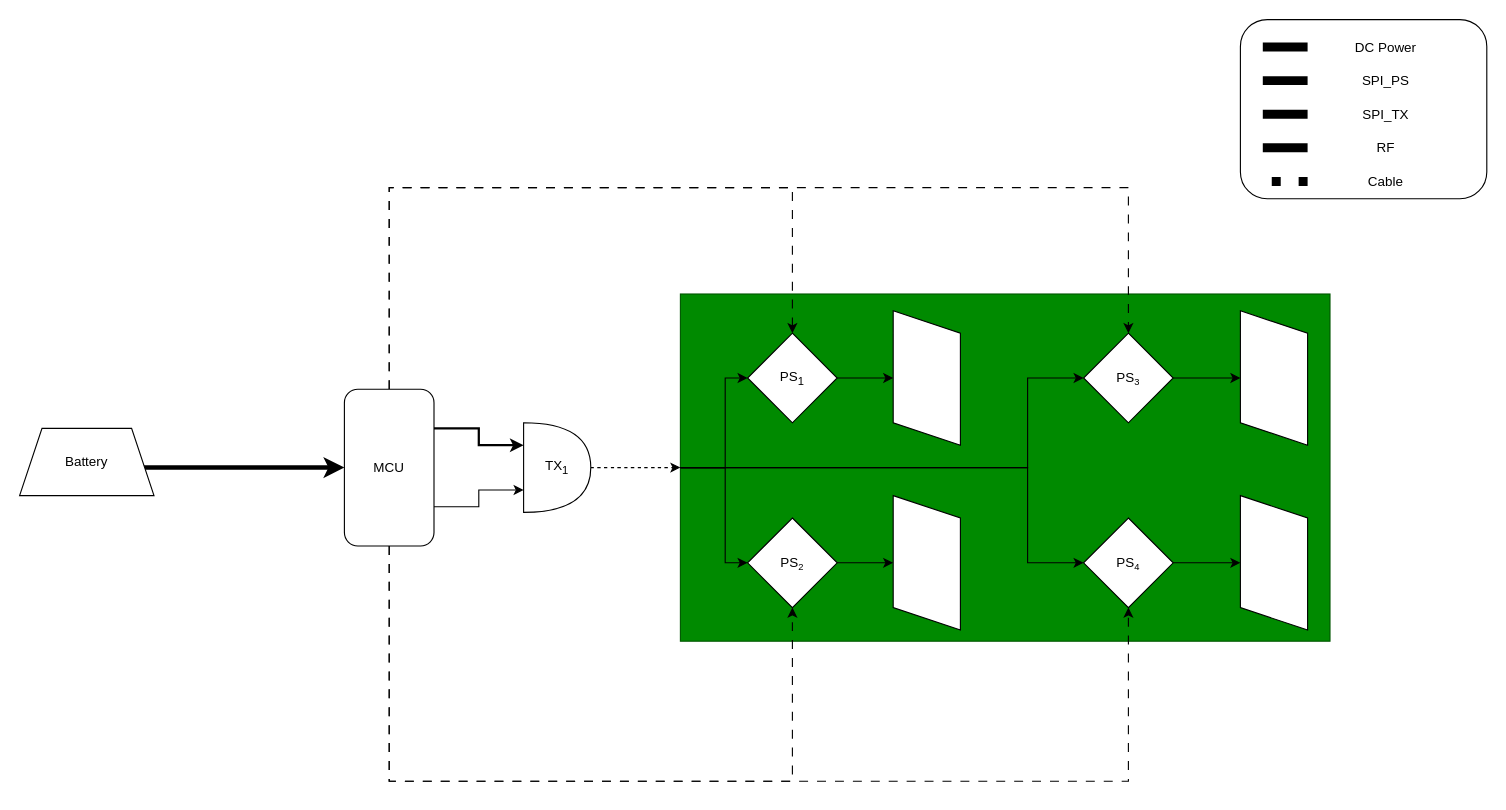
This is PAA_Block_Diagram.drawio from K-Eckert15/ARES, a draw.io file, before an edit. Source tidied: cells renumbered, new cells numbered last; positions are measured from the earlier drawing's top-left corner, leaving out a move shared by most shapes. Both pictures are drawn from the tidied source at 112%, with x=0, y=0 at pixel (19, 19).
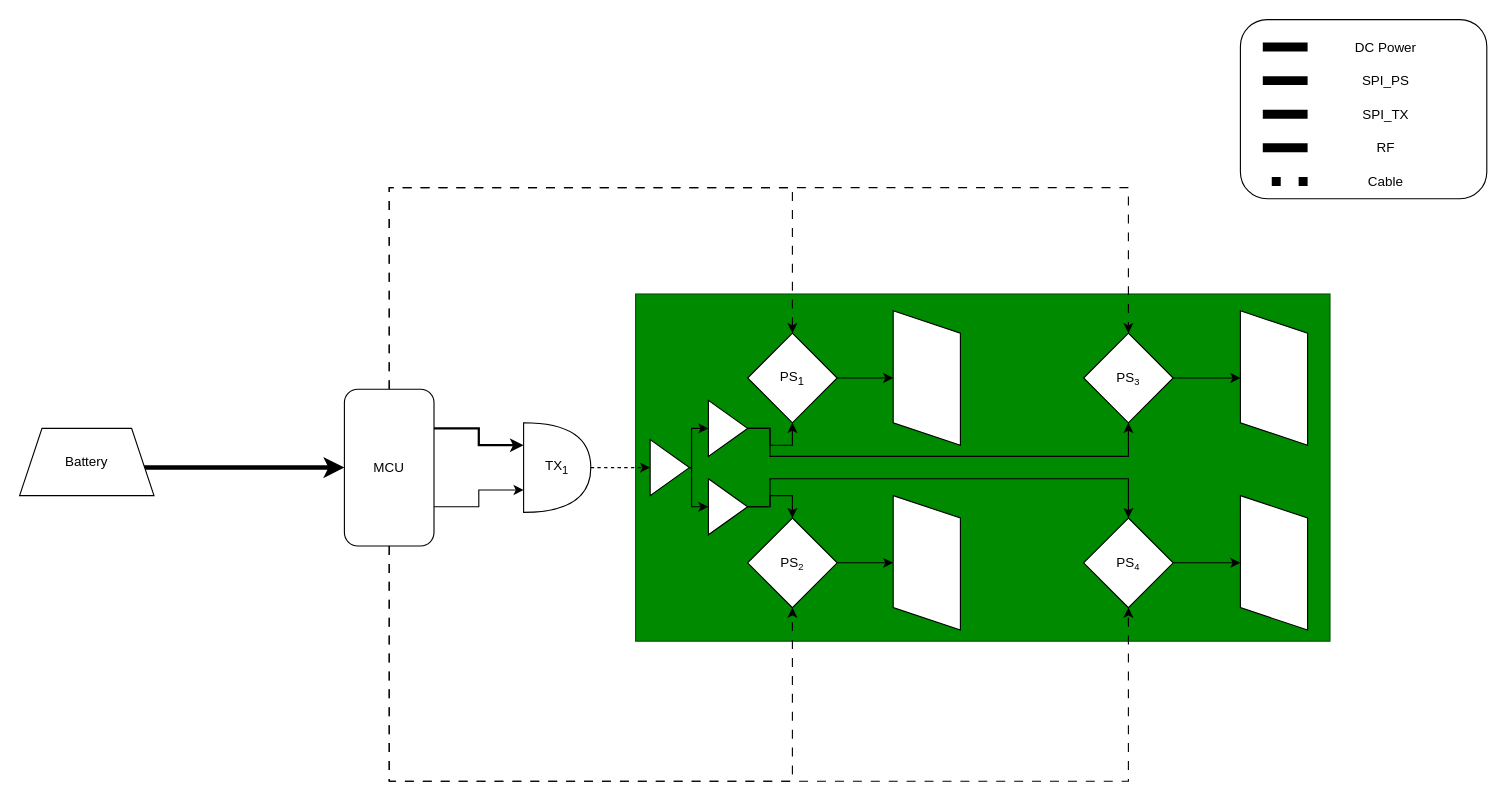
Above is the later version.

Commit message:
Updated for power division and digital shifters

The change refers to these unchanged cells:
```xml
<mxCell id="11" value="TX&lt;sub&gt;1&lt;/sub&gt;" style="shape=or;whiteSpace=wrap;html=1;shapeInside=1;rotation=0;" parent="1" vertex="1">
  <mxGeometry x="450" y="360" width="60" height="80" as="geometry" />
</mxCell>
<mxCell id="13" value="PS&lt;sub&gt;1&lt;/sub&gt;" style="rhombus;whiteSpace=wrap;html=1;shapeInside=1;" parent="1" vertex="1">
  <mxGeometry x="650" y="280" width="80" height="80" as="geometry" />
</mxCell>
<mxCell id="15" value="PS&lt;span style=&quot;font-size: 10px;&quot;&gt;&lt;sub&gt;2&lt;/sub&gt;&lt;/span&gt;" style="rhombus;whiteSpace=wrap;html=1;shapeInside=1;" parent="1" vertex="1">
  <mxGeometry x="650" y="445" width="80" height="80" as="geometry" />
</mxCell>
<mxCell id="17" value="PS&lt;span style=&quot;font-size: 10px;&quot;&gt;&lt;sub&gt;3&lt;/sub&gt;&lt;/span&gt;" style="rhombus;whiteSpace=wrap;html=1;shapeInside=1;" parent="1" vertex="1">
  <mxGeometry x="950" y="280" width="80" height="80" as="geometry" />
</mxCell>
<mxCell id="19" value="PS&lt;span style=&quot;font-size: 10px;&quot;&gt;&lt;sub&gt;4&lt;/sub&gt;&lt;/span&gt;" style="rhombus;whiteSpace=wrap;html=1;shapeInside=1;" parent="1" vertex="1">
  <mxGeometry x="950" y="445" width="80" height="80" as="geometry" />
</mxCell>
<mxCell id="20" style="shape=parallelogram;perimeter=parallelogramPerimeter;whiteSpace=wrap;html=1;shapeInside=1;fixedSize=1;rotation=-90;strokeColor=light-dark(#000000,#999900);fillColor=light-dark(#FFFFFF,#CCCC00);" parent="1" vertex="1">
  <mxGeometry x="750" y="290" width="120" height="60" as="geometry" />
</mxCell>
```

Change to the diagram source:
```diff
@@
     <mxCell id="2" style="rounded=0;whiteSpace=wrap;html=1;fillColor=#008a00;fontColor=#ffffff;strokeColor=#005700;" parent="1" vertex="1">
-      <mxGeometry x="590" y="245" width="580" height="310" as="geometry" />
+      <mxGeometry x="550" y="245" width="620" height="310" as="geometry" />
     </mxCell>
-    <mxCell id="3" style="edgeStyle=orthogonalEdgeStyle;rounded=0;jettySize=auto;html=1;exitX=0;exitY=0.5;exitDx=0;exitDy=0;entryX=0;entryY=0.5;entryDx=0;entryDy=0;strokeColor=light-dark(#000000,#CCCC00);" parent="1" edge="1" source="2" target="13">
-      <mxGeometry relative="1" as="geometry">
-        <Array as="points">
-          <mxPoint x="630" y="400" />
-          <mxPoint x="630" y="320" />
-        </Array>
-      </mxGeometry>
-    </mxCell>
-    <mxCell id="4" style="edgeStyle=orthogonalEdgeStyle;rounded=0;jettySize=auto;html=1;exitX=0;exitY=0.5;exitDx=0;exitDy=0;entryX=0;entryY=0.5;entryDx=0;entryDy=0;strokeColor=light-dark(#000000,#CCCC00);" parent="1" edge="1" source="2" target="15">
-      <mxGeometry relative="1" as="geometry">
-        <Array as="points">
-          <mxPoint x="630" y="400" />
-          <mxPoint x="630" y="485" />
-        </Array>
-      </mxGeometry>
-    </mxCell>
@@
-    <mxCell id="10" style="edgeStyle=orthogonalEdgeStyle;curved=1;rounded=0;jettySize=auto;html=1;exitX=1;exitY=0.5;exitDx=0;exitDy=0;exitPerimeter=0;entryX=0;entryY=0.5;entryDx=0;entryDy=0;strokeColor=light-dark(#000000,#CCCC00);dashed=1;" parent="1" edge="1" source="11" target="2">
+    <mxCell id="10" style="edgeStyle=orthogonalEdgeStyle;curved=1;rounded=0;jettySize=auto;html=1;exitX=1;exitY=0.5;exitDx=0;exitDy=0;exitPerimeter=0;entryX=0;entryY=0.5;entryDx=0;entryDy=0;strokeColor=light-dark(#000000,#CCCC00);dashed=1;" parent="1" edge="1" source="11" target="43">
       <mxGeometry relative="1" as="geometry" />
     </mxCell>
@@
-    <mxCell id="12" style="edgeStyle=orthogonalEdgeStyle;curved=1;rounded=0;jettySize=auto;html=1;exitX=1;exitY=0.5;exitDx=0;exitDy=0;entryX=0.5;entryY=0;entryDx=0;entryDy=0;strokeColor=light-dark(#000000,#CCCC00);" parent="1" edge="1" source="13" target="20">
+    <mxCell id="12" value="&lt;div&gt;&lt;br&gt;&lt;/div&gt;&lt;div&gt;&lt;br&gt;&lt;/div&gt;" style="edgeStyle=orthogonalEdgeStyle;curved=1;rounded=0;jettySize=auto;html=1;exitX=1;exitY=0.5;exitDx=0;exitDy=0;entryX=0.5;entryY=0;entryDx=0;entryDy=0;strokeColor=light-dark(#000000,#CCCC00);" parent="1" edge="1" source="13" target="20">
       <mxGeometry relative="1" as="geometry" />
     </mxCell>
@@
-    <mxCell id="37" style="edgeStyle=orthogonalEdgeStyle;rounded=0;jettySize=auto;html=1;exitX=0;exitY=0.5;exitDx=0;exitDy=0;entryX=0;entryY=0.5;entryDx=0;entryDy=0;strokeColor=light-dark(#000000,#CCCC00);" parent="1" edge="1" source="2" target="17">
-      <mxGeometry relative="1" as="geometry">
-        <Array as="points">
-          <mxPoint x="900" y="400" />
-          <mxPoint x="900" y="320" />
-        </Array>
-      </mxGeometry>
-    </mxCell>
-    <mxCell id="38" style="edgeStyle=orthogonalEdgeStyle;rounded=0;jettySize=auto;html=1;exitX=0;exitY=0.5;exitDx=0;exitDy=0;entryX=0;entryY=0.5;entryDx=0;entryDy=0;strokeColor=light-dark(#000000,#CCCC00);" parent="1" edge="1" source="2" target="19">
-      <mxGeometry relative="1" as="geometry">
-        <Array as="points">
-          <mxPoint x="900" y="400" />
-          <mxPoint x="900" y="485" />
-        </Array>
-      </mxGeometry>
-    </mxCell>
@@
+    <mxCell id="41" style="edgeStyle=orthogonalEdgeStyle;rounded=0;jettySize=auto;html=1;strokeColor=light-dark(#000000,#CCCC00);" parent="1" edge="1" source="43" target="45">
+      <mxGeometry relative="1" as="geometry">
+        <Array as="points">
+          <mxPoint x="600" y="400" />
+          <mxPoint x="600" y="365" />
+        </Array>
+      </mxGeometry>
+    </mxCell>
+    <mxCell id="42" style="edgeStyle=orthogonalEdgeStyle;rounded=0;jettySize=auto;html=1;strokeColor=light-dark(#000000,#CCCC00);" parent="1" edge="1" source="43" target="48">
+      <mxGeometry relative="1" as="geometry">
+        <Array as="points">
+          <mxPoint x="600" y="400" />
+          <mxPoint x="600" y="435" />
+        </Array>
+      </mxGeometry>
+    </mxCell>
+    <mxCell id="43" style="triangle;whiteSpace=wrap;html=1;shapeInside=1;" parent="1" vertex="1">
+      <mxGeometry x="563" y="375" width="35" height="50" as="geometry" />
+    </mxCell>
+    <mxCell id="44" style="edgeStyle=orthogonalEdgeStyle;rounded=0;jettySize=auto;html=1;entryX=0.5;entryY=1;entryDx=0;entryDy=0;strokeColor=light-dark(#000000,#CCCC00);" parent="1" edge="1" source="45" target="13">
+      <mxGeometry relative="1" as="geometry">
+        <Array as="points">
+          <mxPoint x="670" y="365" />
+          <mxPoint x="670" y="380" />
+          <mxPoint x="690" y="380" />
+        </Array>
+      </mxGeometry>
+    </mxCell>
+    <mxCell id="45" style="triangle;whiteSpace=wrap;html=1;shapeInside=1;" parent="1" vertex="1">
+      <mxGeometry x="615" y="340" width="35" height="50" as="geometry" />
+    </mxCell>
+    <mxCell id="46" style="edgeStyle=orthogonalEdgeStyle;rounded=0;jettySize=auto;html=1;entryX=0.5;entryY=0;entryDx=0;entryDy=0;strokeColor=light-dark(#000000,#CCCC00);" parent="1" edge="1" source="48" target="15">
+      <mxGeometry relative="1" as="geometry">
+        <Array as="points">
+          <mxPoint x="670" y="435" />
+          <mxPoint x="670" y="425" />
+          <mxPoint x="690" y="425" />
+        </Array>
+      </mxGeometry>
+    </mxCell>
+    <mxCell id="47" style="edgeStyle=orthogonalEdgeStyle;rounded=0;jettySize=auto;html=1;entryX=0.5;entryY=0;entryDx=0;entryDy=0;strokeColor=light-dark(#000000,#CCCC00);" parent="1" edge="1" source="48" target="19">
+      <mxGeometry relative="1" as="geometry">
+        <Array as="points">
+          <mxPoint x="670" y="435" />
+          <mxPoint x="670" y="410" />
+          <mxPoint x="990" y="410" />
+        </Array>
+      </mxGeometry>
+    </mxCell>
+    <mxCell id="48" style="triangle;whiteSpace=wrap;html=1;shapeInside=1;" parent="1" vertex="1">
+      <mxGeometry x="615" y="410" width="35" height="50" as="geometry" />
+    </mxCell>
+    <mxCell id="49" style="edgeStyle=orthogonalEdgeStyle;rounded=0;jettySize=auto;html=1;entryX=0.5;entryY=1;entryDx=0;entryDy=0;strokeColor=light-dark(#000000,#CCCC00);" parent="1" edge="1" source="45" target="17">
+      <mxGeometry relative="1" as="geometry">
+        <Array as="points">
+          <mxPoint x="670" y="365" />
+          <mxPoint x="670" y="390" />
+          <mxPoint x="990" y="390" />
+        </Array>
+      </mxGeometry>
+    </mxCell>
```
